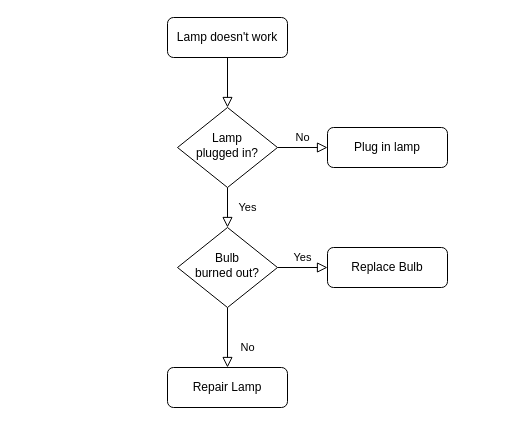
arteagm/Co-Afina-Reto4 keeps this draw.io diagram as Untitled Diagram.drawio. Above is the earlier version. Source tidied: cells renumbered, new cells numbered last; positions are measured from the earlier drawing's top-left corner, leaving out a move shared by most shapes. Both pictures are drawn from the tidied source at 100%, with x=0, y=0 at pixel (167, 17).
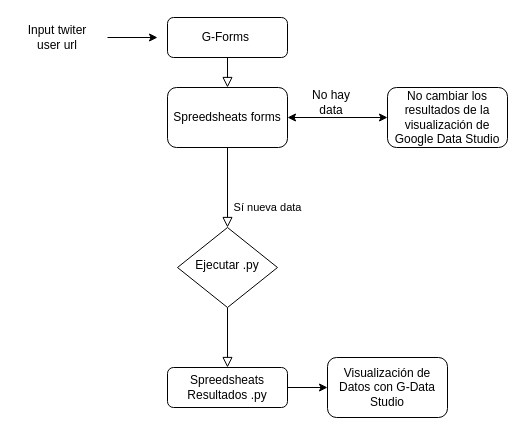
The same page after the edit.

What changed in the source:
```diff
@@
 <mxGraphModel>
   <root>
     <mxCell id="0" />
     <mxCell id="1" parent="0" />
-    <mxCell id="2" style="rounded=0;html=1;jettySize=auto;fontSize=11;endArrow=block;endFill=0;endSize=8;strokeWidth=1;shadow=0;labelBackgroundColor=none;edgeStyle=orthogonalEdgeStyle;" parent="1" edge="1" source="3" target="6">
+    <mxCell id="2" style="rounded=0;html=1;jettySize=auto;fontSize=11;endArrow=block;endFill=0;endSize=8;strokeWidth=1;shadow=0;labelBackgroundColor=none;edgeStyle=orthogonalEdgeStyle;entryX=0.5;entryY=0;entryDx=0;entryDy=0;" parent="1" edge="1" source="3" target="13">
       <mxGeometry relative="1" as="geometry" />
     </mxCell>
-    <mxCell id="3" value="Lamp doesn't work" style="rounded=1;whiteSpace=wrap;html=1;fontSize=12;glass=0;strokeWidth=1;shadow=0;" parent="1" vertex="1">
+    <mxCell id="3" value="G-Forms&amp;nbsp;" style="rounded=1;whiteSpace=wrap;html=1;fontSize=12;glass=0;strokeWidth=1;shadow=0;" parent="1" vertex="1">
       <mxGeometry width="120" height="40" as="geometry" />
     </mxCell>
-    <mxCell id="4" value="Yes" style="rounded=0;html=1;jettySize=auto;fontSize=11;endArrow=block;endFill=0;endSize=8;strokeWidth=1;shadow=0;labelBackgroundColor=none;edgeStyle=orthogonalEdgeStyle;" parent="1" edge="1" source="6" target="10">
-      <mxGeometry y="20" relative="1" as="geometry" />
+    <mxCell id="4" value="Sí nueva data" style="rounded=0;html=1;jettySize=auto;fontSize=11;endArrow=block;endFill=0;endSize=8;strokeWidth=1;shadow=0;labelBackgroundColor=none;edgeStyle=orthogonalEdgeStyle;exitX=0.5;exitY=1;exitDx=0;exitDy=0;" parent="1" edge="1" source="13" target="10">
+      <mxGeometry x="0.5" y="40" relative="1" as="geometry" />
     </mxCell>
-    <mxCell id="5" value="No" style="edgeStyle=orthogonalEdgeStyle;rounded=0;html=1;jettySize=auto;fontSize=11;endArrow=block;endFill=0;endSize=8;strokeWidth=1;shadow=0;labelBackgroundColor=none;" parent="1" edge="1" source="6" target="7">
-      <mxGeometry y="10" relative="1" as="geometry" />
-    </mxCell>
-    <mxCell id="6" value="Lamp&lt;br&gt;plugged in?" style="rhombus;whiteSpace=wrap;html=1;shadow=0;fontFamily=Helvetica;fontSize=12;align=center;strokeWidth=1;spacing=6;spacingTop=-4;" parent="1" vertex="1">
-      <mxGeometry x="10" y="90" width="100" height="80" as="geometry" />
-    </mxCell>
-    <mxCell id="7" value="Plug in lamp" style="rounded=1;whiteSpace=wrap;html=1;fontSize=12;glass=0;strokeWidth=1;shadow=0;" parent="1" vertex="1">
-      <mxGeometry x="160" y="110" width="120" height="40" as="geometry" />
+    <mxCell id="7" value="No cambiar los resultados de la visualización de Google Data Studio" style="rounded=1;whiteSpace=wrap;html=1;fontSize=12;glass=0;strokeWidth=1;shadow=0;" parent="1" vertex="1">
+      <mxGeometry x="220" y="70" width="120" height="60" as="geometry" />
     </mxCell>
-    <mxCell id="8" value="No" style="rounded=0;html=1;jettySize=auto;fontSize=11;endArrow=block;endFill=0;endSize=8;strokeWidth=1;shadow=0;labelBackgroundColor=none;edgeStyle=orthogonalEdgeStyle;" parent="1" edge="1" source="10" target="11">
+    <mxCell id="8" style="rounded=0;html=1;jettySize=auto;fontSize=11;endArrow=block;endFill=0;endSize=8;strokeWidth=1;shadow=0;labelBackgroundColor=none;edgeStyle=orthogonalEdgeStyle;" parent="1" edge="1" source="10" target="11">
       <mxGeometry x="0.33" y="20" relative="1" as="geometry" />
     </mxCell>
-    <mxCell id="9" value="Yes" style="edgeStyle=orthogonalEdgeStyle;rounded=0;html=1;jettySize=auto;fontSize=11;endArrow=block;endFill=0;endSize=8;strokeWidth=1;shadow=0;labelBackgroundColor=none;" parent="1" edge="1" source="10" target="12">
-      <mxGeometry y="10" relative="1" as="geometry" />
-    </mxCell>
-    <mxCell id="10" value="Bulb&lt;br&gt;burned out?" style="rhombus;whiteSpace=wrap;html=1;shadow=0;fontFamily=Helvetica;fontSize=12;align=center;strokeWidth=1;spacing=6;spacingTop=-4;" parent="1" vertex="1">
+    <mxCell id="10" value="Ejecutar .py" style="rhombus;whiteSpace=wrap;html=1;shadow=0;fontFamily=Helvetica;fontSize=12;align=center;strokeWidth=1;spacing=6;spacingTop=-4;" parent="1" vertex="1">
       <mxGeometry x="10" y="210" width="100" height="80" as="geometry" />
     </mxCell>
-    <mxCell id="11" value="Repair Lamp" style="rounded=1;whiteSpace=wrap;html=1;fontSize=12;glass=0;strokeWidth=1;shadow=0;" parent="1" vertex="1">
+    <mxCell id="11" value="Spreedsheats Resultados .py" style="rounded=1;whiteSpace=wrap;html=1;fontSize=12;glass=0;strokeWidth=1;shadow=0;" parent="1" vertex="1">
       <mxGeometry y="350" width="120" height="40" as="geometry" />
     </mxCell>
-    <mxCell id="12" value="Replace Bulb" style="rounded=1;whiteSpace=wrap;html=1;fontSize=12;glass=0;strokeWidth=1;shadow=0;" parent="1" vertex="1">
-      <mxGeometry x="160" y="230" width="120" height="40" as="geometry" />
-    </mxCell>
+    <mxCell id="13" value="Spreedsheats forms" style="rounded=1;whiteSpace=wrap;html=1;" parent="1" vertex="1">
+      <mxGeometry y="70" width="120" height="60" as="geometry" />
+    </mxCell>
+    <mxCell id="14" value="Input twiter user url" style="text;html=1;strokeColor=none;fillColor=none;align=center;verticalAlign=middle;whiteSpace=wrap;rounded=0;" parent="1" vertex="1">
+      <mxGeometry x="-150" y="5" width="80" height="30" as="geometry" />
+    </mxCell>
+    <mxCell id="15" style="endArrow=classic;html=1;rounded=0;" parent="1" edge="1">
+      <mxGeometry relative="1" as="geometry">
+        <mxPoint x="-60" y="20" as="sourcePoint" />
+        <mxPoint x="-10" y="20" as="targetPoint" />
+      </mxGeometry>
+    </mxCell>
+    <mxCell id="16" style="endArrow=classic;startArrow=classic;html=1;rounded=0;exitX=1;exitY=0.5;exitDx=0;exitDy=0;" parent="1" edge="1" source="13">
+      <mxGeometry relative="1" as="geometry">
+        <mxPoint x="220" y="100" as="targetPoint" />
+      </mxGeometry>
+    </mxCell>
+    <mxCell id="17" value="No hay data" style="text;html=1;strokeColor=none;fillColor=none;align=center;verticalAlign=middle;whiteSpace=wrap;rounded=0;" parent="1" vertex="1">
+      <mxGeometry x="134" y="70" width="60" height="30" as="geometry" />
+    </mxCell>
+    <mxCell id="18" style="endArrow=classic;html=1;rounded=0;" parent="1" edge="1" target="19">
+      <mxGeometry relative="1" as="geometry">
+        <mxPoint x="120" y="370" as="sourcePoint" />
+      </mxGeometry>
+    </mxCell>
+    <mxCell id="19" value="Visualización de Datos con G-Data Studio" style="rounded=1;whiteSpace=wrap;html=1;" parent="1" vertex="1">
+      <mxGeometry x="160" y="340" width="120" height="60" as="geometry" />
+    </mxCell>
   </root>
 </mxGraphModel>
```
